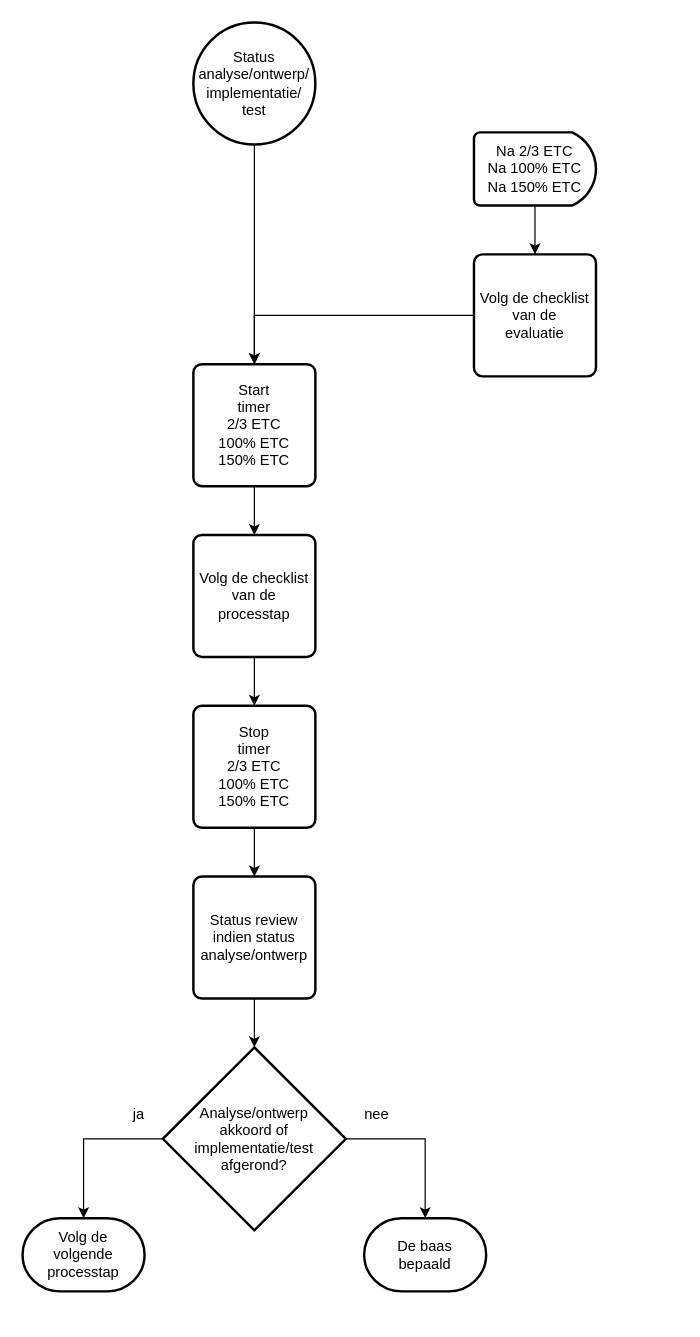
Before: 2 Issue Tracker tijdtriggers.drawio in Zaibatsu89/IssueTracker, a draw.io diagram. Source tidied: cells renumbered, new cells numbered last; positions are measured from the earlier drawing's top-left corner, leaving out a move shared by most shapes. Both pictures are drawn from the tidied source at 122%, with x=0, y=0 at pixel (22, 22).
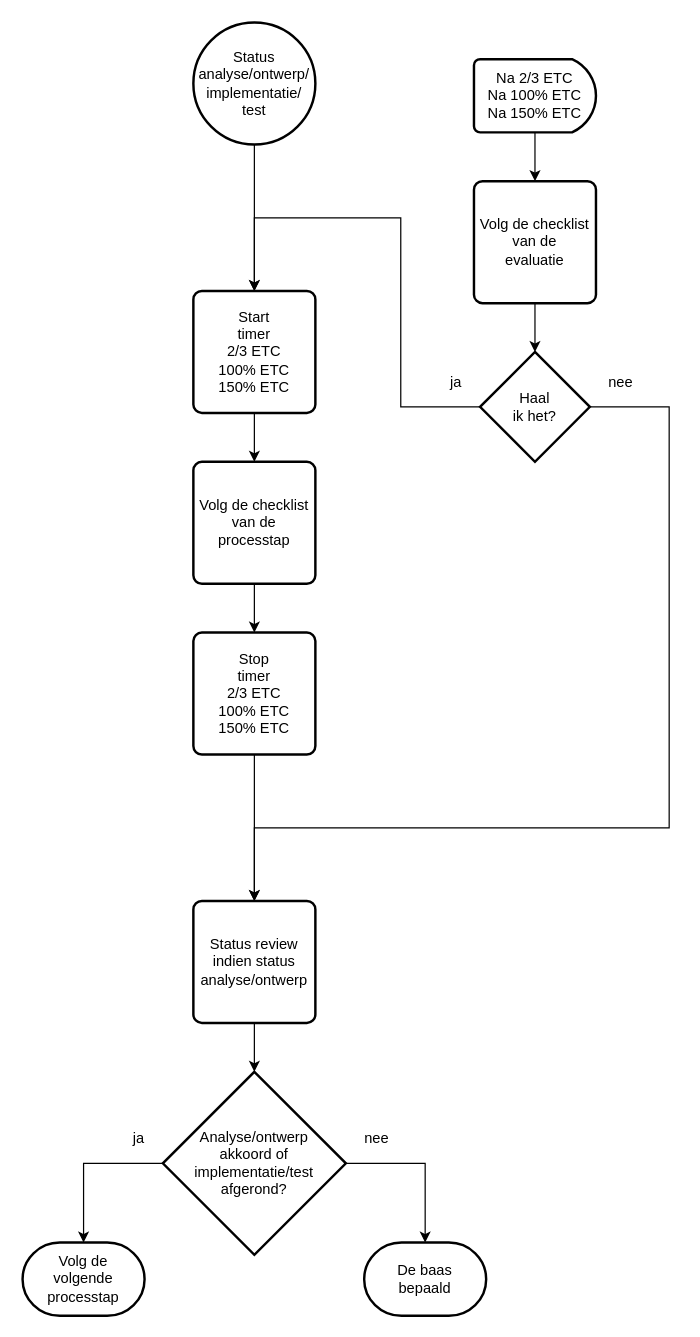
Above is the later version.

Commit message (it also covers changes not shown here):
tijdtrigger verplaatsen na achter stop timer in flowcharts

Diff of the diagram source:
```diff
@@
     <mxCell id="5" value="Start&lt;br&gt;timer&lt;br&gt;2/3 ETC&lt;br&gt;100% ETC&lt;br&gt;150% ETC" style="rounded=1;whiteSpace=wrap;html=1;absoluteArcSize=1;arcSize=14;strokeWidth=2;" parent="1" vertex="1">
-      <mxGeometry x="140" y="280" width="100" height="100" as="geometry" />
+      <mxGeometry x="140" y="220" width="100" height="100" as="geometry" />
     </mxCell>
@@
     <mxCell id="7" value="Volg de checklist&lt;br&gt;van de&lt;br&gt;processtap" style="rounded=1;whiteSpace=wrap;html=1;absoluteArcSize=1;arcSize=14;strokeWidth=2;" parent="1" vertex="1">
-      <mxGeometry x="140" y="420" width="100" height="100" as="geometry" />
+      <mxGeometry x="140" y="360" width="100" height="100" as="geometry" />
     </mxCell>
     <mxCell id="8" value="Analyse/ontwerp&lt;br&gt;akkoord of&lt;br&gt;implementatie/test&lt;br&gt;afgerond?" style="strokeWidth=2;html=1;shape=mxgraph.flowchart.decision;whiteSpace=wrap;" parent="1" vertex="1">
-      <mxGeometry x="115" y="840" width="150" height="150" as="geometry" />
+      <mxGeometry x="115" y="860" width="150" height="150" as="geometry" />
     </mxCell>
@@
     <mxCell id="10" value="ja" style="text;html=1;align=center;verticalAlign=middle;strokeColor=none;fillColor=none;" parent="1" vertex="1">
-      <mxGeometry x="80" y="880" width="30" height="30" as="geometry" />
+      <mxGeometry x="80" y="900" width="30" height="30" as="geometry" />
     </mxCell>
     <mxCell id="11" value="Volg de&lt;br&gt;volgende&lt;br&gt;processtap" style="strokeWidth=2;html=1;shape=mxgraph.flowchart.terminator;whiteSpace=wrap;" parent="1" vertex="1">
-      <mxGeometry y="980" width="100" height="60" as="geometry" />
+      <mxGeometry y="1000" width="100" height="60" as="geometry" />
     </mxCell>
     <mxCell id="12" value="De baas&lt;br&gt;bepaald" style="strokeWidth=2;html=1;shape=mxgraph.flowchart.terminator;whiteSpace=wrap;" parent="1" vertex="1">
-      <mxGeometry x="280" y="980" width="100" height="60" as="geometry" />
+      <mxGeometry x="280" y="1000" width="100" height="60" as="geometry" />
     </mxCell>
@@
     <mxCell id="14" value="nee" style="text;html=1;align=center;verticalAlign=middle;strokeColor=none;fillColor=none;" parent="1" vertex="1">
-      <mxGeometry x="270" y="880" width="40" height="30" as="geometry" />
+      <mxGeometry x="270" y="900" width="40" height="30" as="geometry" />
     </mxCell>
@@
     <mxCell id="16" value="Na 2/3 ETC&lt;br&gt;Na 100% ETC&lt;br&gt;Na 150% ETC" style="strokeWidth=2;html=1;shape=mxgraph.flowchart.delay;whiteSpace=wrap;" parent="1" vertex="1">
-      <mxGeometry x="370" y="90" width="100" height="60" as="geometry" />
+      <mxGeometry x="370" y="30" width="100" height="60" as="geometry" />
     </mxCell>
-    <mxCell id="17" style="edgeStyle=orthogonalEdgeStyle;rounded=0;jettySize=auto;html=1;exitX=0;exitY=0.5;exitDx=0;exitDy=0;entryX=0.5;entryY=0;entryDx=0;entryDy=0;" parent="1" edge="1" source="18" target="5">
-      <mxGeometry relative="1" as="geometry" />
-    </mxCell>
+    <mxCell id="23" style="edgeStyle=orthogonalEdgeStyle;rounded=0;jettySize=auto;html=1;exitX=0;exitY=0.5;exitDx=0;exitDy=0;" parent="1" edge="1" source="18">
+      <mxGeometry relative="1" as="geometry" />
+    </mxCell>
+    <mxCell id="24" style="edgeStyle=orthogonalEdgeStyle;rounded=0;jettySize=auto;html=1;exitX=0;exitY=0.5;exitDx=0;exitDy=0;" parent="1" edge="1" source="18">
+      <mxGeometry relative="1" as="geometry" />
+    </mxCell>
+    <mxCell id="25" style="edgeStyle=orthogonalEdgeStyle;rounded=0;jettySize=auto;html=1;" parent="1" edge="1" source="18" target="29">
+      <mxGeometry relative="1" as="geometry" />
+    </mxCell>
     <mxCell id="18" value="Volg de checklist&lt;br&gt;van de&lt;br&gt;evaluatie" style="rounded=1;whiteSpace=wrap;html=1;absoluteArcSize=1;arcSize=14;strokeWidth=2;" parent="1" vertex="1">
-      <mxGeometry x="370" y="190" width="100" height="100" as="geometry" />
+      <mxGeometry x="370" y="130" width="100" height="100" as="geometry" />
     </mxCell>
-    <mxCell id="19" style="edgeStyle=orthogonalEdgeStyle;rounded=0;jettySize=auto;html=1;" parent="1" edge="1" source="20" target="22">
+    <mxCell id="19" style="edgeStyle=orthogonalEdgeStyle;rounded=0;jettySize=auto;html=1;entryX=0.5;entryY=0;entryDx=0;entryDy=0;" parent="1" edge="1" target="22">
       <mxGeometry relative="1" as="geometry" />
     </mxCell>
+    <mxCell id="26" style="edgeStyle=orthogonalEdgeStyle;rounded=0;jettySize=auto;html=1;exitX=0.5;exitY=1;exitDx=0;exitDy=0;entryX=0.5;entryY=0;entryDx=0;entryDy=0;" parent="1" edge="1" source="20" target="22">
+      <mxGeometry relative="1" as="geometry" />
+    </mxCell>
     <mxCell id="20" value="Stop&lt;br&gt;timer&lt;br&gt;2/3 ETC&lt;br&gt;100% ETC&lt;br&gt;150% ETC" style="rounded=1;whiteSpace=wrap;html=1;absoluteArcSize=1;arcSize=14;strokeWidth=2;" parent="1" vertex="1">
-      <mxGeometry x="140" y="560" width="100" height="100" as="geometry" />
+      <mxGeometry x="140" y="500" width="100" height="100" as="geometry" />
     </mxCell>
@@
     <mxCell id="22" value="Status review&lt;br&gt;indien status&lt;br&gt;analyse/ontwerp" style="rounded=1;whiteSpace=wrap;html=1;absoluteArcSize=1;arcSize=14;strokeWidth=2;" parent="1" vertex="1">
-      <mxGeometry x="140" y="700" width="100" height="100" as="geometry" />
+      <mxGeometry x="140" y="720" width="100" height="100" as="geometry" />
     </mxCell>
+    <mxCell id="27" style="edgeStyle=orthogonalEdgeStyle;rounded=0;jettySize=auto;html=1;exitX=1;exitY=0.5;exitDx=0;exitDy=0;exitPerimeter=0;entryX=0.5;entryY=0;entryDx=0;entryDy=0;" parent="1" edge="1" source="29" target="22">
+      <mxGeometry relative="1" as="geometry">
+        <Array as="points">
+          <mxPoint x="530" y="315" />
+          <mxPoint x="530" y="660" />
+          <mxPoint x="190" y="660" />
+        </Array>
+      </mxGeometry>
+    </mxCell>
+    <mxCell id="28" style="edgeStyle=orthogonalEdgeStyle;rounded=0;jettySize=auto;html=1;exitX=0;exitY=0.5;exitDx=0;exitDy=0;exitPerimeter=0;entryX=0.5;entryY=0;entryDx=0;entryDy=0;" parent="1" edge="1" source="29" target="5">
+      <mxGeometry relative="1" as="geometry">
+        <Array as="points">
+          <mxPoint x="310" y="315" />
+          <mxPoint x="310" y="160" />
+          <mxPoint x="190" y="160" />
+        </Array>
+      </mxGeometry>
+    </mxCell>
+    <mxCell id="29" value="Haal&lt;br&gt;ik het?" style="strokeWidth=2;html=1;shape=mxgraph.flowchart.decision;whiteSpace=wrap;" parent="1" vertex="1">
+      <mxGeometry x="375" y="270" width="90" height="90" as="geometry" />
+    </mxCell>
+    <mxCell id="30" value="nee" style="text;html=1;align=center;verticalAlign=middle;strokeColor=none;fillColor=none;" parent="1" vertex="1">
+      <mxGeometry x="470" y="280" width="40" height="30" as="geometry" />
+    </mxCell>
+    <mxCell id="31" value="ja" style="text;html=1;align=center;verticalAlign=middle;strokeColor=none;fillColor=none;" parent="1" vertex="1">
+      <mxGeometry x="340" y="280" width="30" height="30" as="geometry" />
+    </mxCell>
```
